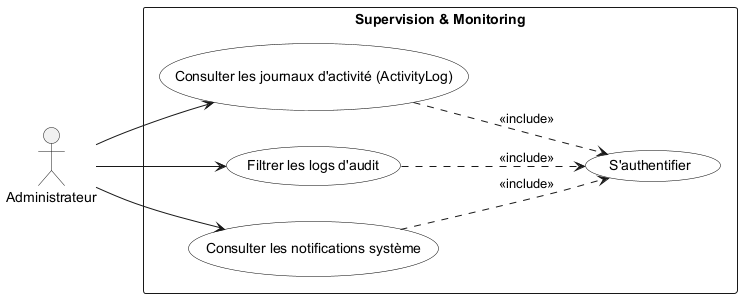
The PlantUML diagram Rapport/diagrams/sprint7_usecase.png in ayoubmek/PFE_data_science, before a commit. Its diagram source:
```plantuml
@startuml sprint7_usecase
left to right direction
skinparam usecase {
    BackgroundColor White
    BorderColor Black
}

actor "Administrateur" as ADM

rectangle "Supervision & Monitoring" {
    usecase "S'authentifier" as UC_Auth
    usecase "Consulter les journaux d'activité (ActivityLog)" as UC51
    usecase "Filtrer les logs d'audit" as UC52
    usecase "Consulter les notifications système" as UC53
}

ADM --> UC51
ADM --> UC52
ADM --> UC53

UC51 ..> UC_Auth : <<include>>
UC52 ..> UC_Auth : <<include>>
UC53 ..> UC_Auth : <<include>>
@enduml
```
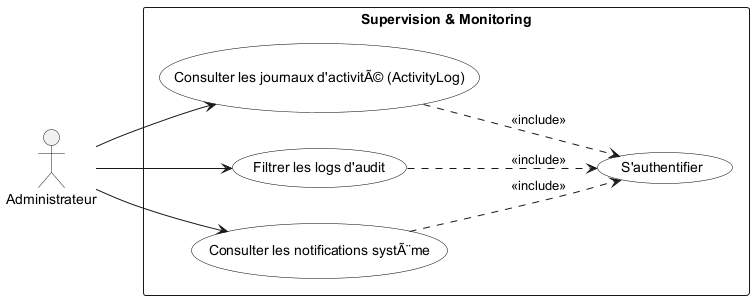
Later version of the same file.

Change to the diagram source:
```diff
@@ -9,9 +9,9 @@
 
 rectangle "Supervision & Monitoring" {
     usecase "S'authentifier" as UC_Auth
-    usecase "Consulter les journaux d'activité (ActivityLog)" as UC51
+    usecase "Consulter les journaux d'activitÃ© (ActivityLog)" as UC51
     usecase "Filtrer les logs d'audit" as UC52
-    usecase "Consulter les notifications système" as UC53
+    usecase "Consulter les notifications systÃ¨me" as UC53
 }
 
 ADM --> UC51
```
